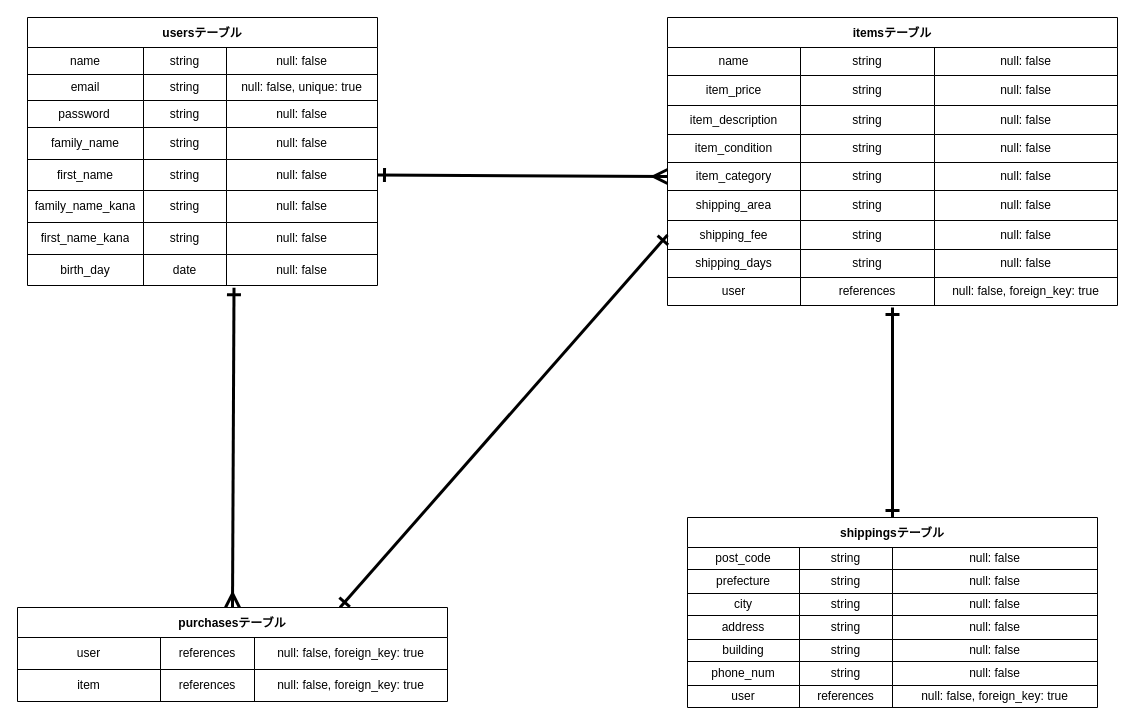
Before: furima-37294.dio in ysd-hrkz/furima-37294, a draw.io diagram. Source tidied: cells renumbered, new cells numbered last; positions are measured from the earlier drawing's top-left corner, leaving out a move shared by most shapes. Both pictures are drawn from the tidied source at 100%, with x=0, y=0 at pixel (17, 17).
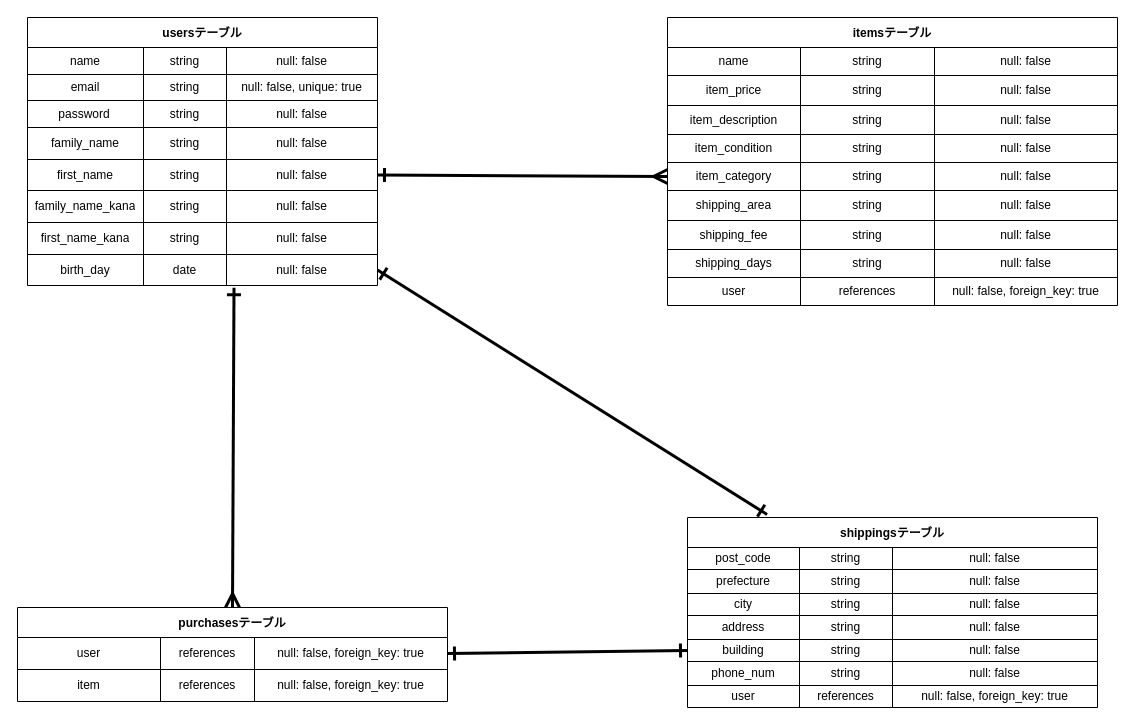
Above is the later version.

Commit message (it also covers changes not shown here):
DB設計、ER図修正

The change refers to these unchanged cells:
```xml
<mxCell id="31" style="shape=partialRectangle;html=1;whiteSpace=wrap;fillColor=none;top=0;left=0;bottom=0;right=0;points=[[0,0.5],[1,0.5]];portConstraint=eastwest;" parent="2" vertex="1">
  <mxGeometry y="237" width="350" height="31" as="geometry" />
</mxCell>
<mxCell id="37" value="purchasesテーブル" style="shape=table;startSize=30;childLayout=tableLayout;fontStyle=1;align=center;" parent="1" vertex="1">
  <mxGeometry y="590" width="430" height="94" as="geometry" />
</mxCell>
<mxCell id="38" style="shape=partialRectangle;html=1;whiteSpace=wrap;fillColor=none;top=0;left=0;bottom=0;right=0;points=[[0,0.5],[1,0.5]];portConstraint=eastwest;" parent="37" vertex="1">
  <mxGeometry y="30" width="430" height="32" as="geometry" />
</mxCell>
<mxCell id="71" style="shape=partialRectangle;html=1;whiteSpace=wrap;fillColor=none;top=0;left=0;bottom=0;right=0;points=[[0,0.5],[1,0.5]];portConstraint=eastwest;" parent="46" vertex="1">
  <mxGeometry y="203" width="450" height="29" as="geometry" />
</mxCell>
<mxCell id="84" value="shippingsテーブル" style="shape=table;startSize=30;childLayout=tableLayout;fontStyle=1;align=center;" parent="1" vertex="1">
  <mxGeometry x="670" y="500" width="410" height="190" as="geometry" />
</mxCell>
<mxCell id="101" style="shape=partialRectangle;html=1;whiteSpace=wrap;fillColor=none;top=0;left=0;bottom=0;right=0;points=[[0,0.5],[1,0.5]];portConstraint=eastwest;" parent="84" vertex="1">
  <mxGeometry y="122" width="410" height="22" as="geometry" />
</mxCell>
```

Change to the diagram source:
```diff
@@
-    <mxCell id="36" style="edgeStyle=none;html=1;exitX=0.75;exitY=0;exitDx=0;exitDy=0;entryX=0;entryY=0.5;entryDx=0;entryDy=0;startArrow=ERone;startFill=0;endArrow=ERone;endFill=0;startSize=10;endSize=10;sourcePerimeterSpacing=10;targetPerimeterSpacing=10;strokeWidth=3;" parent="1" edge="1" source="37" target="71">
-      <mxGeometry relative="1" as="geometry" />
-    </mxCell>
@@
-    <mxCell id="83" style="edgeStyle=none;html=1;exitX=0.5;exitY=0;exitDx=0;exitDy=0;startArrow=ERone;startFill=0;endArrow=ERone;endFill=0;startSize=10;endSize=10;sourcePerimeterSpacing=10;targetPerimeterSpacing=10;strokeWidth=3;" parent="1" edge="1" source="84">
-      <mxGeometry relative="1" as="geometry">
-        <mxPoint x="875" y="290" as="targetPoint" />
-      </mxGeometry>
-    </mxCell>
@@
+    <mxCell id="114" style="edgeStyle=none;html=1;exitX=0;exitY=0.5;exitDx=0;exitDy=0;entryX=1;entryY=0.5;entryDx=0;entryDy=0;startArrow=ERone;startFill=0;endArrow=ERone;endFill=0;startSize=10;endSize=10;sourcePerimeterSpacing=10;targetPerimeterSpacing=10;strokeWidth=3;" parent="1" edge="1" source="101" target="38">
+      <mxGeometry relative="1" as="geometry" />
+    </mxCell>
+    <mxCell id="115" style="edgeStyle=none;html=1;exitX=1;exitY=0.5;exitDx=0;exitDy=0;entryX=0.194;entryY=-0.016;entryDx=0;entryDy=0;entryPerimeter=0;startArrow=ERone;startFill=0;endArrow=ERone;endFill=0;startSize=10;endSize=10;sourcePerimeterSpacing=10;targetPerimeterSpacing=10;strokeWidth=3;" parent="1" edge="1" source="31" target="84">
+      <mxGeometry relative="1" as="geometry" />
+    </mxCell>
```
